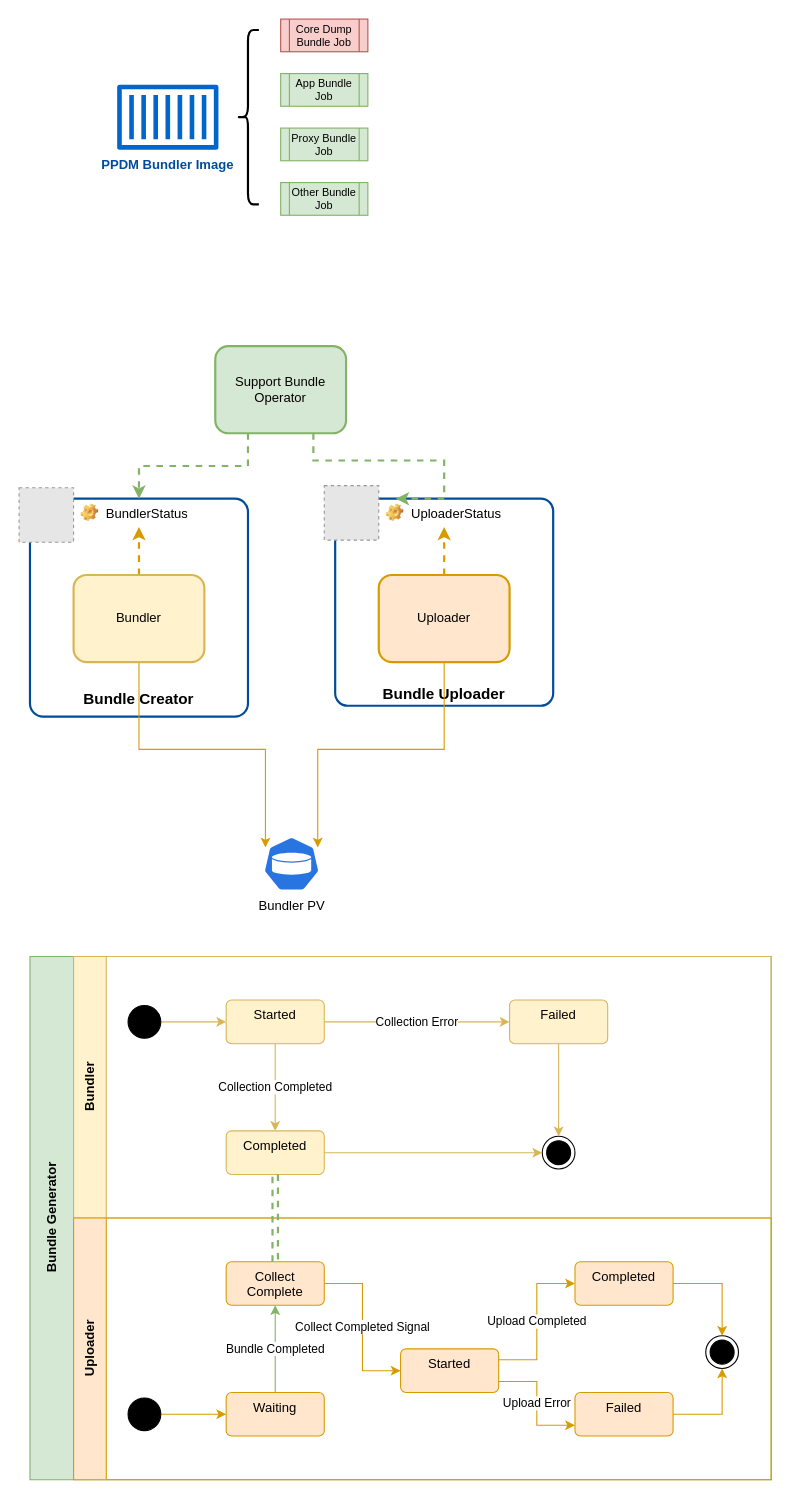
Above: page "Bundler" (10 of 12) of st/K8S_Logging.drawio in gaivin/drawio (draw.io), before the change. Source tidied: cells renumbered, new cells numbered last; positions are measured from the earlier drawing's top-left corner, leaving out a move shared by most shapes. Both pictures are drawn from the tidied source at 109%, with x=0, y=0 at pixel (19, 19). Pictures stored in the file or linked from it are replaced by grey dashed boxes.
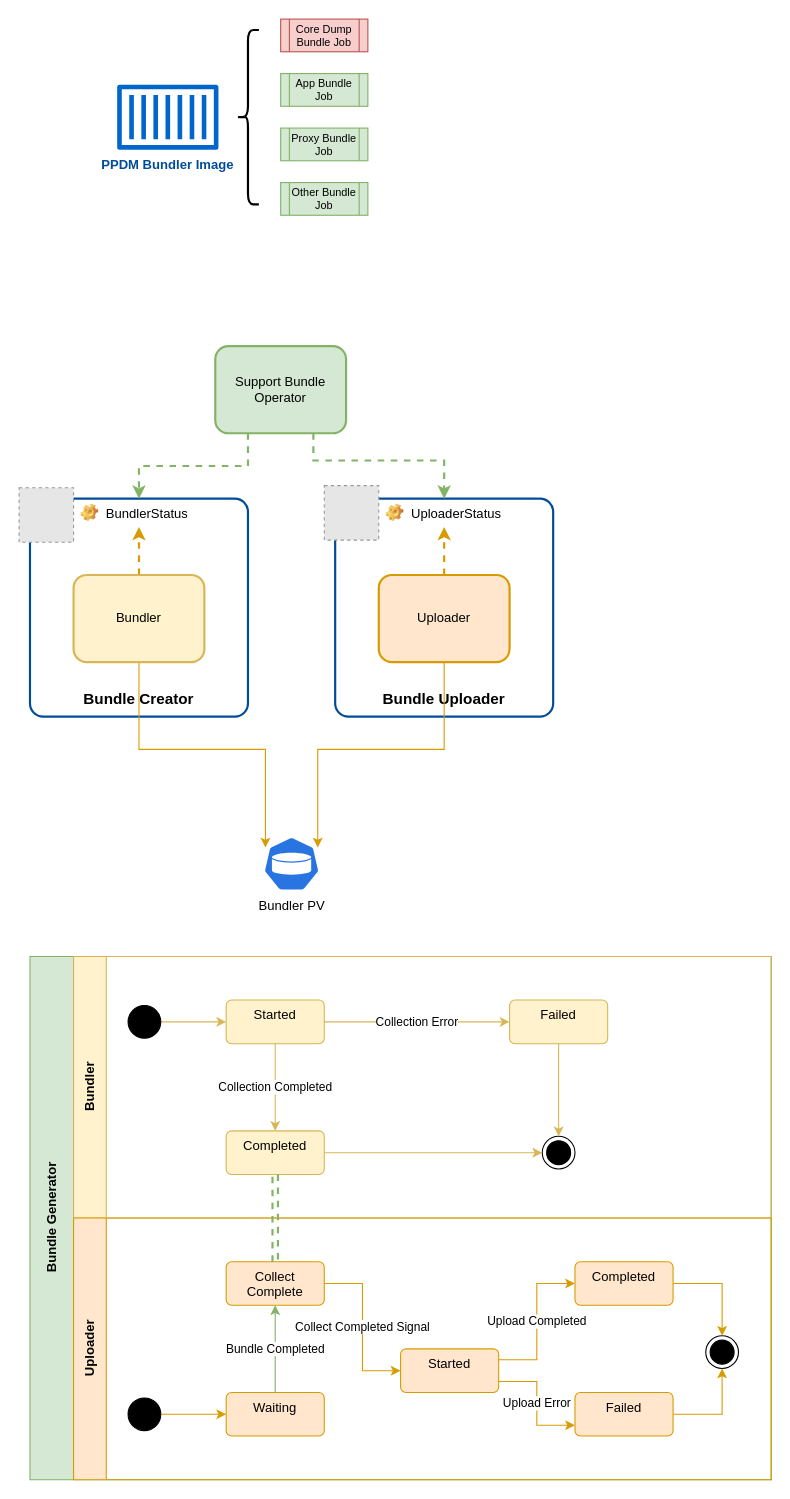
The same diagram, later.

The change refers to these unchanged cells:
```xml
<mxCell id="22" value="Support Bundle&lt;br&gt;Operator" style="rounded=1;whiteSpace=wrap;html=1;fillColor=#d5e8d4;strokeColor=#82b366;strokeWidth=2;" parent="1" vertex="1">
  <mxGeometry x="180" y="300" width="120" height="80" as="geometry" />
</mxCell>
```

The edit, as a diff of the source:
```diff
@@
     <mxCell id="2" value="&lt;br style=&quot;font-size: 14px;&quot;&gt;&lt;br style=&quot;font-size: 14px;&quot;&gt;&lt;br style=&quot;font-size: 14px;&quot;&gt;&lt;br style=&quot;font-size: 14px;&quot;&gt;&lt;br style=&quot;font-size: 14px;&quot;&gt;&lt;br style=&quot;font-size: 14px;&quot;&gt;&lt;br style=&quot;font-size: 14px;&quot;&gt;&lt;br style=&quot;font-size: 14px;&quot;&gt;&lt;br style=&quot;font-size: 14px;&quot;&gt;&lt;br style=&quot;font-size: 14px;&quot;&gt;Bundle Uploader" style="rounded=1;whiteSpace=wrap;html=1;fontFamily=Helvetica;fontSize=14;fontColor=default;align=center;strokeColor=#004C99;fillColor=none;strokeWidth=2;fillStyle=solid;arcSize=6;labelPosition=center;verticalLabelPosition=middle;verticalAlign=middle;fontStyle=1;" parent="1" vertex="1">
-      <mxGeometry x="290" y="440" width="200" height="190" as="geometry" />
+      <mxGeometry x="290" y="440" width="200" height="200" as="geometry" />
     </mxCell>
@@
-    <mxCell id="20" style="edgeStyle=orthogonalEdgeStyle;rounded=0;jettySize=auto;html=1;exitX=0.75;exitY=1;exitDx=0;exitDy=0;entryX=0.278;entryY=0;entryDx=0;entryDy=0;fillColor=#d5e8d4;strokeColor=#82b366;strokeWidth=2;dashed=1;entryPerimeter=0;" parent="1" edge="1" source="22" target="2">
+    <mxCell id="20" style="edgeStyle=orthogonalEdgeStyle;rounded=0;jettySize=auto;html=1;exitX=0.75;exitY=1;exitDx=0;exitDy=0;fillColor=#d5e8d4;strokeColor=#82b366;strokeWidth=2;dashed=1;" parent="1" edge="1" source="22">
       <mxGeometry relative="1" as="geometry">
+        <mxPoint x="390" y="440" as="targetPoint" />
         <Array as="points">
           <mxPoint x="270" y="405" />
           <mxPoint x="390" y="405" />
         </Array>
       </mxGeometry>
     </mxCell>
```
